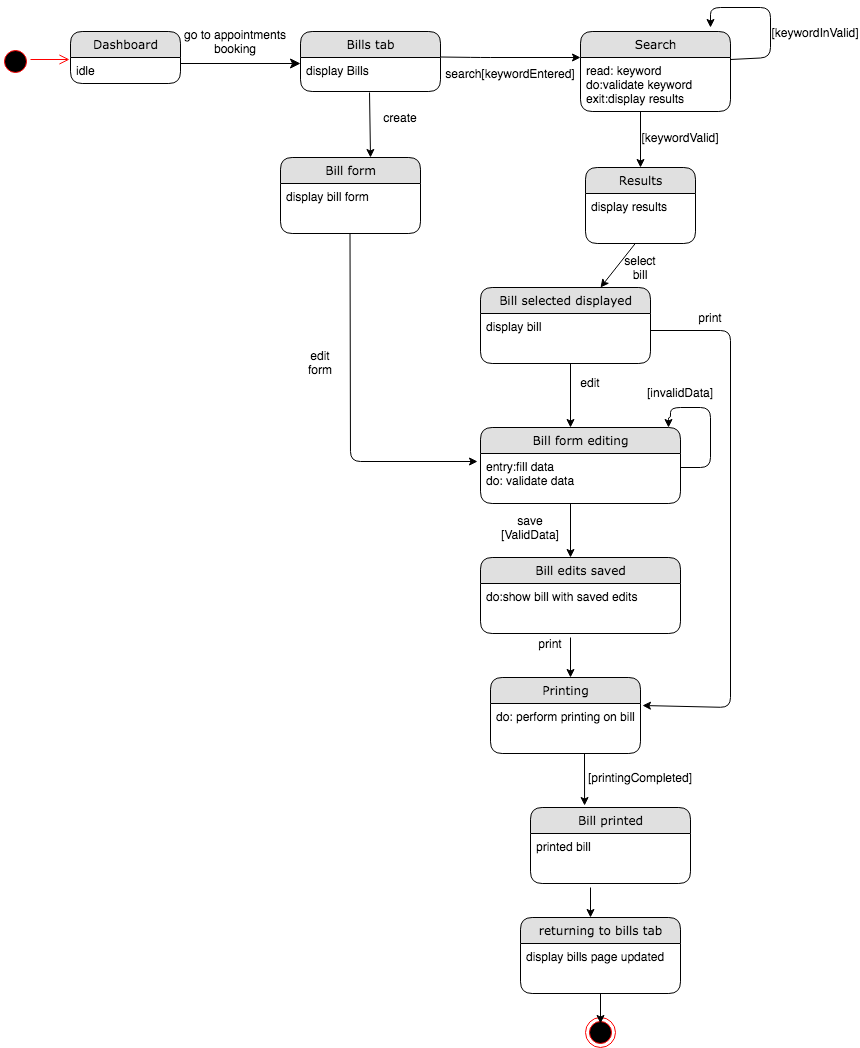
Before: Diagrams/State Chart Diagrams FINAL/ST_31_32_33_34 GENERATE,CREATE,EDIT,PRINT BILL.png, a diagram exported from draw.io (kkasharaj17/SE-project). Source tidied: cells renumbered, new cells last; positions are measured from the earlier drawing's top-left corner, leaving out a move shared by most shapes.
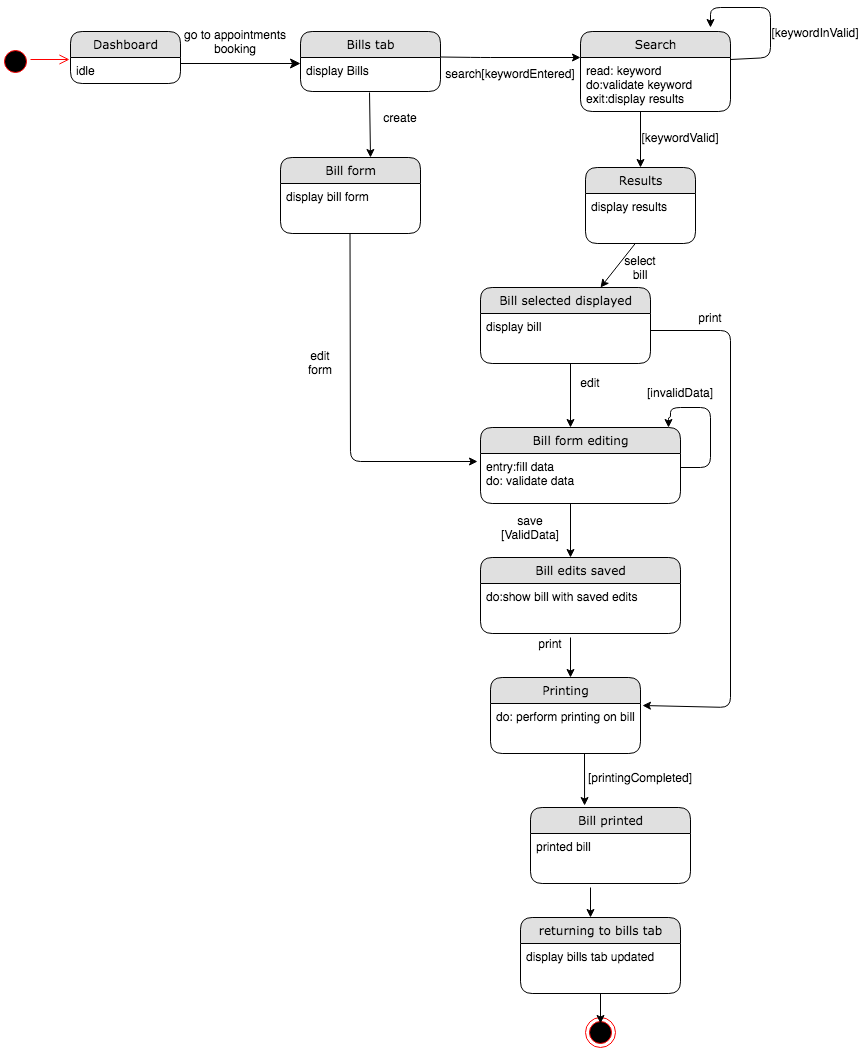
The same diagram one commit later.

Diff of the diagram source:
```diff
@@ -182,7 +182,7 @@
     <mxCell id="46" value="returning to bills tab" style="swimlane;html=1;fontStyle=0;horizontal=1;startSize=26;fillColor=#e0e0e0;swimlaneFillColor=#ffffff;align=center;rounded=1;shadow=0;comic=0;labelBackgroundColor=none;strokeWidth=1;fontFamily=Verdana;fontSize=12;" parent="1" vertex="1">
       <mxGeometry x="520" y="910" width="160" height="76" as="geometry" />
     </mxCell>
-    <mxCell id="47" value="display bills page updated&amp;nbsp;" style="text;html=1;strokeColor=none;fillColor=none;spacingLeft=4;spacingRight=4;whiteSpace=wrap;overflow=hidden;" parent="46" vertex="1">
+    <mxCell id="47" value="display bills tab updated&amp;nbsp;" style="text;html=1;strokeColor=none;fillColor=none;spacingLeft=4;spacingRight=4;whiteSpace=wrap;overflow=hidden;" parent="46" vertex="1">
       <mxGeometry y="26" width="160" height="34" as="geometry" />
     </mxCell>
     <mxCell id="48" style="endArrow=classic;html=1;" parent="1" edge="1">
```
